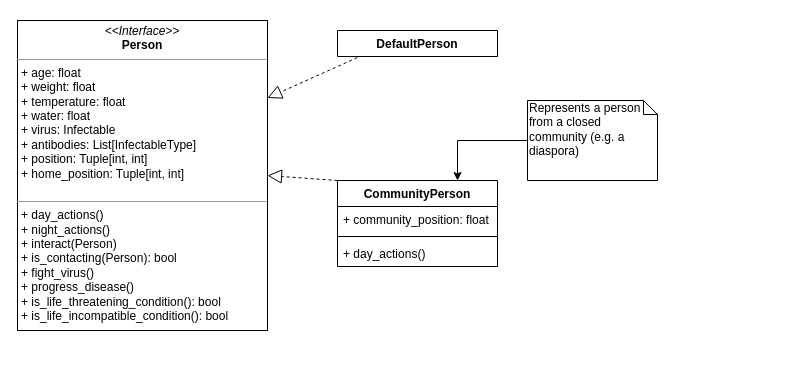
rolkon/covid-gof-patterns keeps this draw.io diagram as diagrams/Abstract Person Factory Class.drawio. Above is the earlier version. Source tidied: cells renumbered, new cells numbered last; positions are measured from the earlier drawing's top-left corner, leaving out a move shared by most shapes. Both pictures are drawn from the tidied source at 100%, with x=0, y=0 at pixel (17, 20).
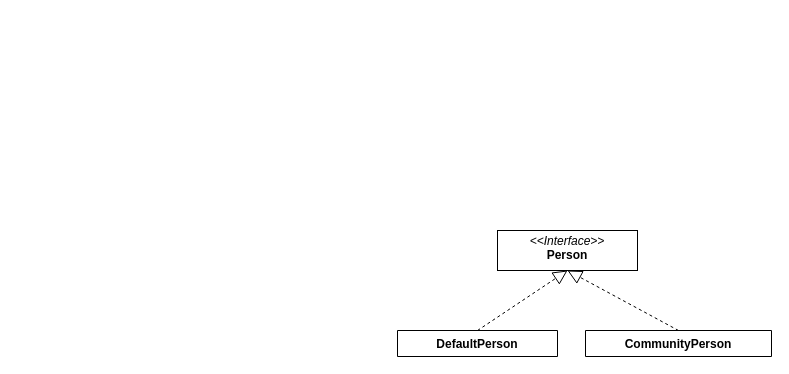
Above is the later version.

Change to the diagram source:
```diff
@@
 <mxGraphModel>
   <root>
     <mxCell id="0" />
     <mxCell id="1" parent="0" />
-    <mxCell id="2" value="&lt;p style=&quot;margin: 0px ; margin-top: 4px ; text-align: center&quot;&gt;&lt;i&gt;&amp;lt;&amp;lt;Interface&amp;gt;&amp;gt;&lt;/i&gt;&lt;br&gt;&lt;b&gt;Person&lt;/b&gt;&lt;/p&gt;&lt;hr size=&quot;1&quot;&gt;&lt;p style=&quot;margin: 0px ; margin-left: 4px&quot;&gt;+ age: float&lt;br&gt;+ weight: float&lt;/p&gt;&lt;p style=&quot;margin: 0px ; margin-left: 4px&quot;&gt;+ temperature: float&lt;/p&gt;&lt;p style=&quot;margin: 0px ; margin-left: 4px&quot;&gt;+ water: float&lt;/p&gt;&lt;p style=&quot;margin: 0px ; margin-left: 4px&quot;&gt;+ virus: Infectable&lt;/p&gt;&lt;p style=&quot;margin: 0px ; margin-left: 4px&quot;&gt;+ antibodies: List[InfectableType]&lt;/p&gt;&lt;p style=&quot;margin: 0px ; margin-left: 4px&quot;&gt;+ position: Tuple[int, int]&lt;/p&gt;&lt;p style=&quot;margin: 0px ; margin-left: 4px&quot;&gt;+ home_position: Tuple[int, int]&lt;/p&gt;&lt;br&gt;&lt;hr size=&quot;1&quot;&gt;&lt;p style=&quot;margin: 0px ; margin-left: 4px&quot;&gt;+&amp;nbsp;day_actions()&lt;br&gt;&lt;/p&gt;&lt;p style=&quot;margin: 0px ; margin-left: 4px&quot;&gt;+ night_actions()&lt;/p&gt;&lt;p style=&quot;margin: 0px ; margin-left: 4px&quot;&gt;+&amp;nbsp;interact(Person)&lt;/p&gt;&lt;p style=&quot;margin: 0px ; margin-left: 4px&quot;&gt;+&amp;nbsp;is_contacting(Person): bool&lt;/p&gt;&lt;p style=&quot;margin: 0px ; margin-left: 4px&quot;&gt;+&amp;nbsp;fight_virus()&lt;/p&gt;&lt;p style=&quot;margin: 0px ; margin-left: 4px&quot;&gt;+&amp;nbsp;progress_disease()&lt;/p&gt;&lt;p style=&quot;margin: 0px ; margin-left: 4px&quot;&gt;+&amp;nbsp;is_life_threatening_condition(): bool&lt;/p&gt;&lt;p style=&quot;margin: 0px ; margin-left: 4px&quot;&gt;+ is_life_incompatible_condition(): bool&lt;br&gt;&lt;/p&gt;" style="verticalAlign=top;align=left;overflow=fill;fontSize=12;fontFamily=Helvetica;html=1;" parent="1" vertex="1">
-      <mxGeometry width="250" height="310" as="geometry" />
+    <mxCell id="2" value="&lt;p style=&quot;margin: 0px ; margin-top: 4px ; text-align: center&quot;&gt;&lt;i&gt;&amp;lt;&amp;lt;Interface&amp;gt;&amp;gt;&lt;/i&gt;&lt;br&gt;&lt;b&gt;Person&lt;/b&gt;&lt;/p&gt;&lt;p style=&quot;margin: 0px ; margin-left: 4px&quot;&gt;&lt;br&gt;&lt;/p&gt;" style="verticalAlign=top;align=left;overflow=fill;fontSize=12;fontFamily=Helvetica;html=1;" parent="1" vertex="1">
+      <mxGeometry x="480" y="210" width="140" height="40" as="geometry" />
     </mxCell>
-    <mxCell id="3" style="endArrow=block;dashed=1;endFill=0;endSize=12;html=1;exitX=0.5;exitY=0;exitDx=0;exitDy=0;entryX=1;entryY=0.25;entryDx=0;entryDy=0;" parent="1" edge="1" source="11" target="2">
+    <mxCell id="3" style="endArrow=block;dashed=1;endFill=0;endSize=12;html=1;exitX=0.5;exitY=0;exitDx=0;exitDy=0;entryX=0.5;entryY=1;entryDx=0;entryDy=0;" parent="1" edge="1" source="11" target="2">
       <mxGeometry relative="1" as="geometry" />
     </mxCell>
-    <mxCell id="4" style="endArrow=block;dashed=1;endFill=0;endSize=12;html=1;exitX=0;exitY=0;exitDx=0;exitDy=0;entryX=1;entryY=0.5;entryDx=0;entryDy=0;" parent="1" edge="1" source="7" target="2">
+    <mxCell id="4" style="endArrow=block;dashed=1;endFill=0;endSize=12;html=1;exitX=0.5;exitY=0;exitDx=0;exitDy=0;entryX=0.5;entryY=1;entryDx=0;entryDy=0;" parent="1" edge="1" source="7" target="2">
       <mxGeometry relative="1" as="geometry" />
     </mxCell>
-    <mxCell id="5" style="edgeStyle=orthogonalEdgeStyle;rounded=0;jettySize=auto;html=1;entryX=0.75;entryY=0;entryDx=0;entryDy=0;" parent="1" edge="1" source="6" target="7">
-      <mxGeometry relative="1" as="geometry" />
-    </mxCell>
-    <mxCell id="6" value="Represents a person from a closed community (e.g. a diaspora)" style="shape=note;whiteSpace=wrap;html=1;size=14;verticalAlign=top;align=left;spacingTop=-6;" parent="1" vertex="1">
-      <mxGeometry x="510" y="80" width="130" height="80" as="geometry" />
-    </mxCell>
-    <mxCell id="7" value="CommunityPerson" style="swimlane;fontStyle=1;align=center;verticalAlign=top;horizontal=1;startSize=26;" parent="1" vertex="1">
-      <mxGeometry x="320" y="160" width="160" height="86" as="geometry" />
+    <mxCell id="7" value="CommunityPerson" style="swimlane;fontStyle=1;align=center;verticalAlign=top;horizontal=1;startSize=26;" parent="1" vertex="1" collapsed="1">
+      <mxGeometry x="568" y="310" width="186" height="26" as="geometry" />
     </mxCell>
-    <mxCell id="8" value="+ community_position: float" style="text;strokeColor=none;fillColor=none;align=left;verticalAlign=top;spacingLeft=4;spacingRight=4;overflow=hidden;" parent="7" vertex="1">
-      <mxGeometry y="26" width="160" height="26" as="geometry" />
-    </mxCell>
-    <mxCell id="9" style="line;strokeWidth=1;fillColor=none;align=left;verticalAlign=middle;spacingTop=-1;spacingLeft=3;spacingRight=3;labelPosition=right;" parent="7" vertex="1">
-      <mxGeometry y="52" width="160" height="8" as="geometry" />
-    </mxCell>
-    <mxCell id="10" value="+ day_actions()" style="text;strokeColor=none;fillColor=none;align=left;verticalAlign=top;spacingLeft=4;spacingRight=4;overflow=hidden;" parent="7" vertex="1">
-      <mxGeometry y="60" width="160" height="26" as="geometry" />
-    </mxCell>
     <mxCell id="11" value="DefaultPerson" style="swimlane;fontStyle=1;align=center;verticalAlign=top;horizontal=1;startSize=26;" parent="1" vertex="1" collapsed="1">
-      <mxGeometry x="320" y="10" width="160" height="26" as="geometry" />
+      <mxGeometry x="380" y="310" width="160" height="26" as="geometry" />
     </mxCell>
   </root>
 </mxGraphModel>
```
